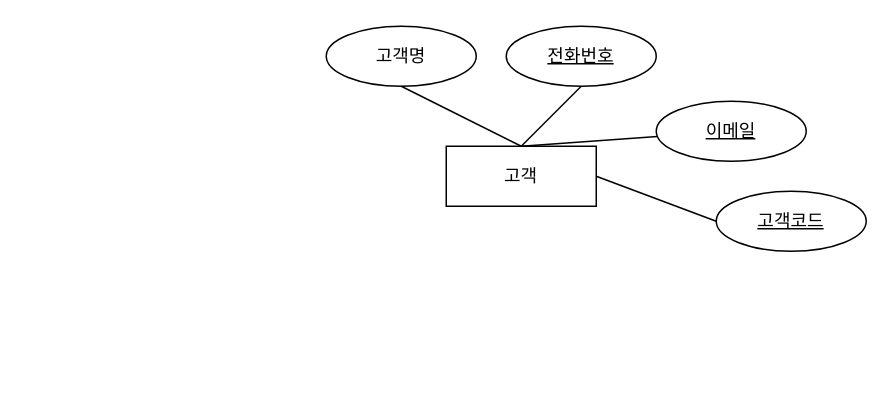
DontOTZ/erd keeps this draw.io diagram as 제목 없는 다이어그램.drawio. Above is the earlier version. Source tidied: cells renumbered, new cells numbered last; positions are measured from the earlier drawing's top-left corner, leaving out a move shared by most shapes. Both pictures are drawn from the tidied source at 150%, with x=0, y=0 at pixel (326, 26).
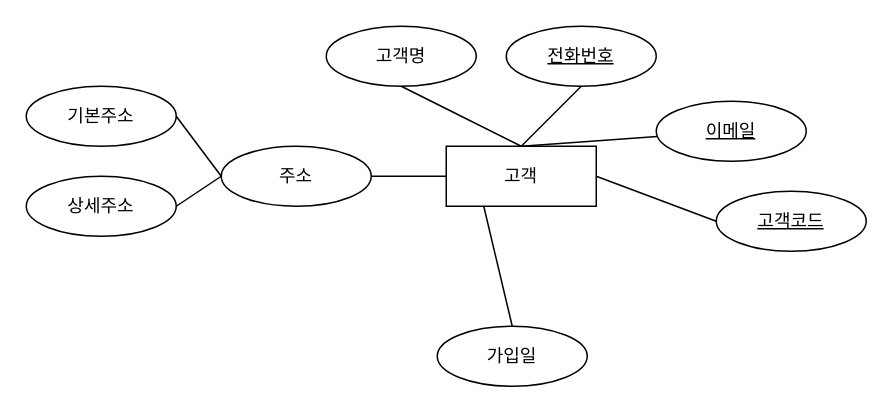
The same diagram, later.

Commit message (it also covers changes not shown here):
제목 없는 다이어그램.drawio 업데이트

Diff of the diagram source:
```diff
@@
 <mxGraphModel>
   <root>
     <mxCell id="0" />
     <mxCell id="1" parent="0" />
     <mxCell id="2" value="고객" style="whiteSpace=wrap;html=1;align=center;" parent="1" vertex="1">
       <mxGeometry x="80" y="80" width="100" height="40" as="geometry" />
     </mxCell>
     <mxCell id="3" value="고객명" style="ellipse;whiteSpace=wrap;html=1;align=center;" parent="1" vertex="1">
       <mxGeometry width="100" height="40" as="geometry" />
     </mxCell>
     <mxCell id="4" style="endArrow=none;html=1;rounded=0;exitX=0.5;exitY=1;exitDx=0;exitDy=0;entryX=0.5;entryY=0;entryDx=0;entryDy=0;" parent="1" edge="1" source="3" target="2">
       <mxGeometry relative="1" as="geometry" />
     </mxCell>
     <mxCell id="5" value="전화번호" style="ellipse;whiteSpace=wrap;html=1;align=center;fontStyle=4;" parent="1" vertex="1">
       <mxGeometry x="120" width="100" height="40" as="geometry" />
     </mxCell>
     <mxCell id="6" value="이메일" style="ellipse;whiteSpace=wrap;html=1;align=center;fontStyle=4;" parent="1" vertex="1">
       <mxGeometry x="220" y="50" width="100" height="40" as="geometry" />
     </mxCell>
     <mxCell id="7" style="endArrow=none;html=1;rounded=0;exitX=0.5;exitY=1;exitDx=0;exitDy=0;entryX=0.5;entryY=0;entryDx=0;entryDy=0;" parent="1" edge="1" source="5" target="2">
       <mxGeometry relative="1" as="geometry" />
     </mxCell>
     <mxCell id="8" style="endArrow=none;html=1;rounded=0;entryX=0.5;entryY=0;entryDx=0;entryDy=0;" parent="1" edge="1" source="6" target="2">
       <mxGeometry relative="1" as="geometry" />
     </mxCell>
     <mxCell id="9" value="고객코드" style="ellipse;whiteSpace=wrap;html=1;align=center;fontStyle=4;" parent="1" vertex="1">
       <mxGeometry x="260" y="110" width="100" height="40" as="geometry" />
     </mxCell>
     <mxCell id="10" style="endArrow=none;html=1;rounded=0;entryX=1;entryY=0.5;entryDx=0;entryDy=0;exitX=0;exitY=0.5;exitDx=0;exitDy=0;" parent="1" edge="1" source="9" target="2">
       <mxGeometry relative="1" as="geometry" />
     </mxCell>
+    <mxCell id="11" value="주소" style="ellipse;whiteSpace=wrap;html=1;align=center;" parent="1" vertex="1">
+      <mxGeometry x="-70" y="80" width="100" height="40" as="geometry" />
+    </mxCell>
+    <mxCell id="12" style="endArrow=none;html=1;rounded=0;exitX=1;exitY=0.5;exitDx=0;exitDy=0;entryX=0;entryY=0.5;entryDx=0;entryDy=0;" parent="1" edge="1" source="11" target="2">
+      <mxGeometry relative="1" as="geometry" />
+    </mxCell>
+    <mxCell id="13" value="기본주소" style="ellipse;whiteSpace=wrap;html=1;align=center;" parent="1" vertex="1">
+      <mxGeometry x="-200" y="40" width="100" height="40" as="geometry" />
+    </mxCell>
+    <mxCell id="14" value="상세주소" style="ellipse;whiteSpace=wrap;html=1;align=center;" parent="1" vertex="1">
+      <mxGeometry x="-200" y="100" width="100" height="40" as="geometry" />
+    </mxCell>
+    <mxCell id="15" style="endArrow=none;html=1;rounded=0;exitX=1;exitY=0.5;exitDx=0;exitDy=0;entryX=0;entryY=0.5;entryDx=0;entryDy=0;" parent="1" edge="1" source="13" target="11">
+      <mxGeometry relative="1" as="geometry" />
+    </mxCell>
+    <mxCell id="16" style="endArrow=none;html=1;rounded=0;exitX=1;exitY=0.5;exitDx=0;exitDy=0;" parent="1" edge="1" source="14">
+      <mxGeometry relative="1" as="geometry">
+        <mxPoint x="-70" y="100" as="targetPoint" />
+      </mxGeometry>
+    </mxCell>
+    <mxCell id="17" value="가입일" style="ellipse;whiteSpace=wrap;html=1;align=center;" parent="1" vertex="1">
+      <mxGeometry x="74" y="200" width="100" height="40" as="geometry" />
+    </mxCell>
+    <mxCell id="18" style="endArrow=none;html=1;rounded=0;exitX=0.5;exitY=0;exitDx=0;exitDy=0;entryX=0.25;entryY=1;entryDx=0;entryDy=0;exitPerimeter=0;" parent="1" edge="1" source="17" target="2">
+      <mxGeometry relative="1" as="geometry" />
+    </mxCell>
   </root>
 </mxGraphModel>
```
